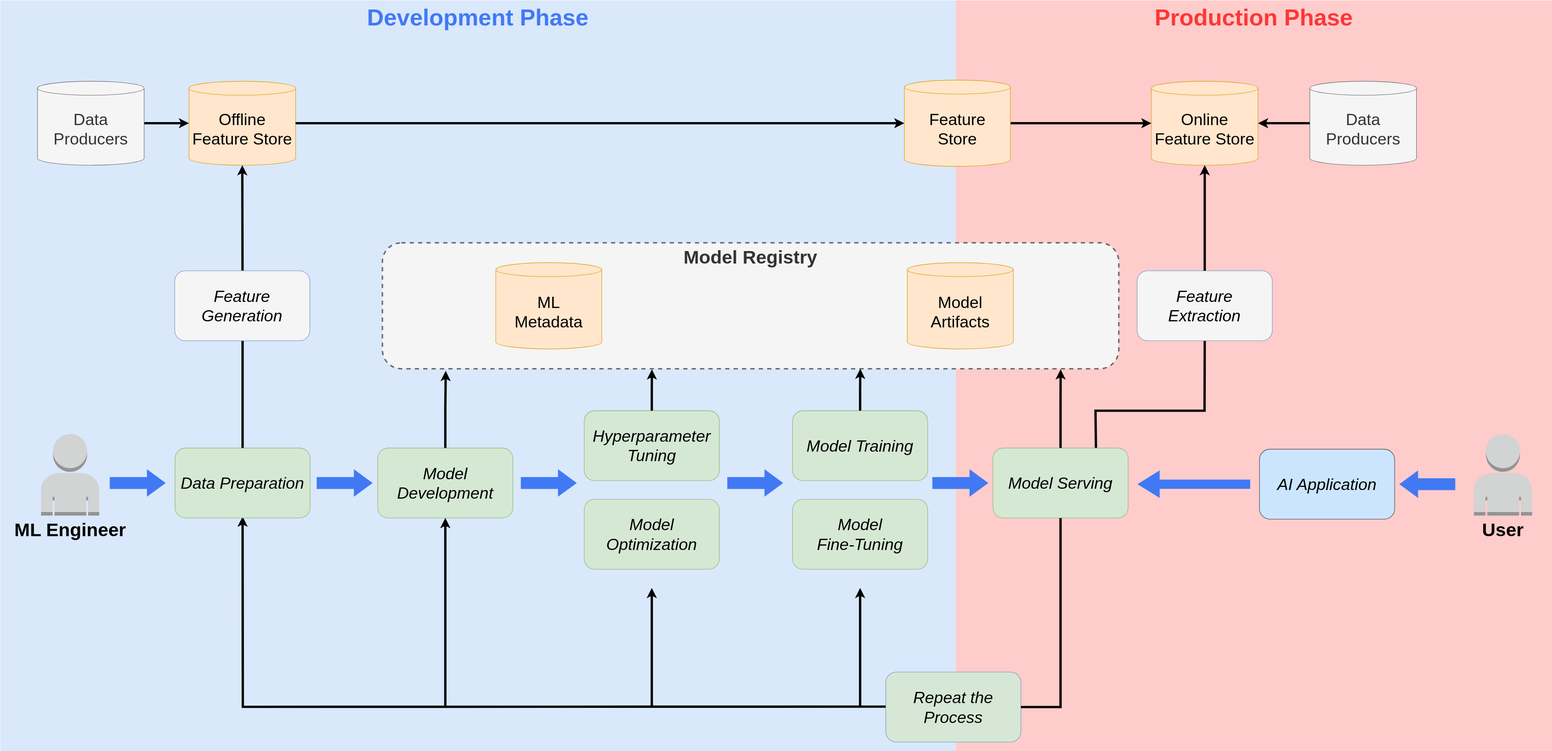
This is content/en/docs/started/images/ml-lifecycle-dev-prod.drawio.svg from kubeflow/website, a draw.io export, as it was before one commit. Source tidied: cells renumbered, new cells last; positions are measured from the earlier drawing's top-left corner, leaving out a move shared by most shapes.
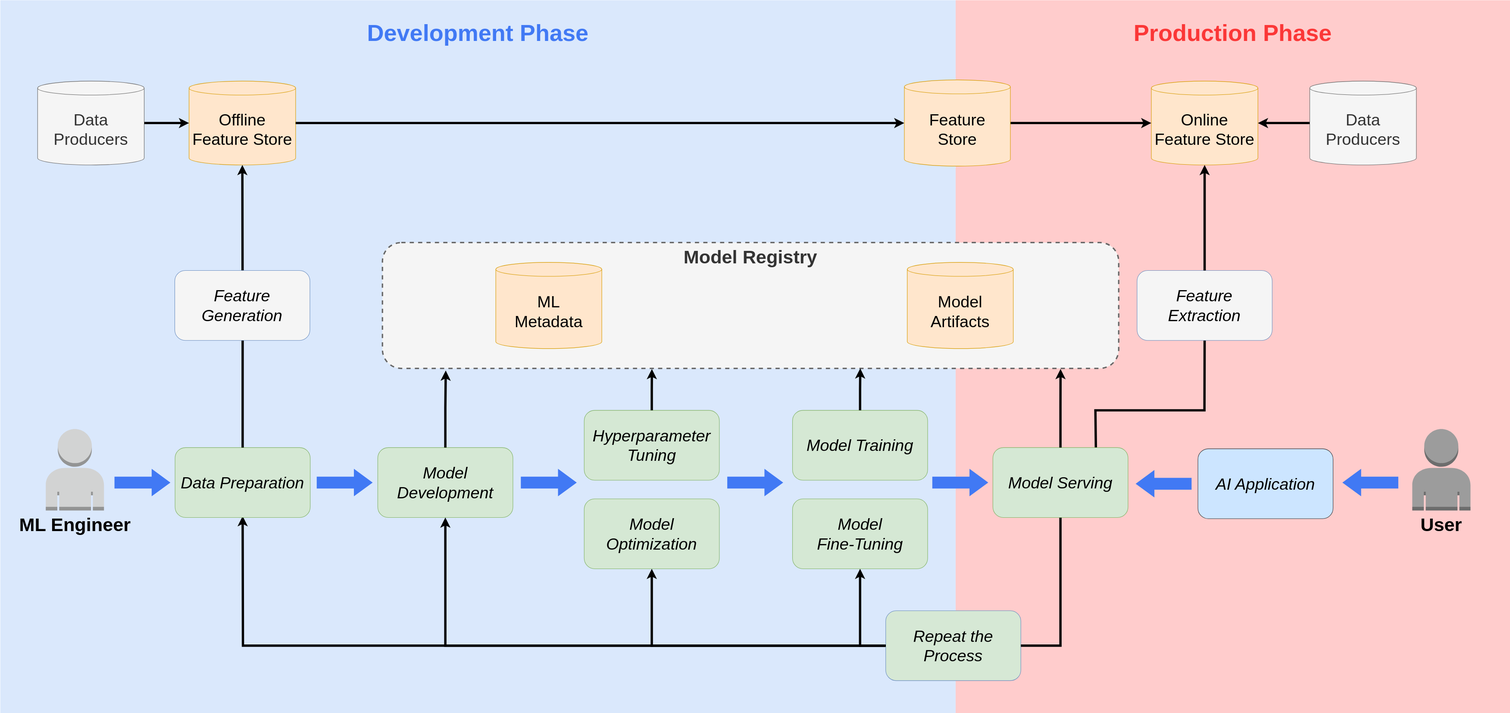
Later version of the same file.

Change to the diagram source:
```diff
@@ -2,14 +2,14 @@
   <root>
     <mxCell id="0" />
     <mxCell id="1" parent="0" />
-    <mxCell id="2" value="Production Phase" style="rounded=1;whiteSpace=wrap;html=1;dashed=1;fillColor=#ffcccc;strokeWidth=5;strokeColor=none;fontSize=50;verticalAlign=top;arcSize=0;fontStyle=1;fontColor=#fb3737;" parent="1" vertex="1">
-      <mxGeometry x="2050" width="1280" height="1610" as="geometry" />
+    <mxCell id="2" style="rounded=1;whiteSpace=wrap;html=1;dashed=1;fillColor=#ffcccc;strokeWidth=5;strokeColor=none;fontSize=50;verticalAlign=top;arcSize=0;fontStyle=1;fontColor=#fb3737;" parent="1" vertex="1">
+      <mxGeometry x="2050" width="1190" height="1530" as="geometry" />
     </mxCell>
-    <mxCell id="3" value="Development Phase" style="rounded=1;whiteSpace=wrap;html=1;dashed=1;fillColor=#dae8fc;strokeWidth=5;strokeColor=none;fontSize=50;verticalAlign=top;arcSize=0;fontStyle=1;fontColor=#4179f4;" parent="1" vertex="1">
-      <mxGeometry width="2050" height="1610" as="geometry" />
+    <mxCell id="3" style="rounded=1;whiteSpace=wrap;html=1;dashed=1;fillColor=#dae8fc;strokeWidth=5;strokeColor=none;fontSize=50;verticalAlign=top;arcSize=0;fontStyle=1;fontColor=#4179f4;" parent="1" vertex="1">
+      <mxGeometry width="2050" height="1530" as="geometry" />
     </mxCell>
     <mxCell id="4" style="group;" parent="1" vertex="1">
-      <mxGeometry x="40" y="930.1" width="240" height="234.9" as="geometry" />
+      <mxGeometry x="50" y="920.1" width="240" height="234.9" as="geometry" />
     </mxCell>
     <mxCell id="5" style="dashed=0;verticalLabelPosition=bottom;verticalAlign=top;align=center;html=1;shape=mxgraph.aws3.user;fillColor=#D2D3D3;gradientColor=none;" parent="4" vertex="1">
       <mxGeometry x="47.5" width="124.9" height="174.9" as="geometry" />
@@ -17,14 +17,13 @@
     <mxCell id="6" value="&lt;b&gt;&lt;font style=&quot;font-size: 40px;&quot;&gt;ML Engineer&lt;/font&gt;&lt;/b&gt;" style="text;html=1;align=center;verticalAlign=middle;strokeColor=none;fillColor=none;fontSize=35;" parent="4" vertex="1">
       <mxGeometry x="-20" y="174.9" width="260" height="60" as="geometry" />
     </mxCell>
-    <mxCell id="7" style="edgeStyle=orthogonalEdgeStyle;rounded=0;orthogonalLoop=1;jettySize=auto;html=1;entryX=0.5;entryY=1;entryDx=0;entryDy=0;strokeWidth=5;" parent="1" edge="1">
+    <mxCell id="7" style="edgeStyle=orthogonalEdgeStyle;rounded=0;jettySize=auto;html=1;entryX=0.5;entryY=1;entryDx=0;entryDy=0;strokeWidth=5;exitX=0;exitY=0.5;exitDx=0;exitDy=0;" parent="1" edge="1" source="8">
       <mxGeometry relative="1" as="geometry">
-        <mxPoint x="2090" y="1514.5" as="sourcePoint" />
         <mxPoint x="520" y="1107" as="targetPoint" />
       </mxGeometry>
     </mxCell>
     <mxCell id="8" value="&lt;div&gt;Repeat the Process&lt;/div&gt;" style="rounded=1;whiteSpace=wrap;html=1;fillColor=#d6e8d5;strokeColor=#6c8ebf;fontSize=35;fontStyle=2;" parent="1" vertex="1">
-      <mxGeometry x="1900" y="1440.5" width="290" height="150" as="geometry" />
+      <mxGeometry x="1900" y="1310" width="290" height="150" as="geometry" />
     </mxCell>
     <mxCell id="9" value="&lt;div&gt;Data Preparation&lt;/div&gt;" style="rounded=1;whiteSpace=wrap;html=1;fillColor=#d5e8d4;strokeColor=#82b366;fontSize=35;fontStyle=2;" parent="1" vertex="1">
       <mxGeometry x="375" y="960" width="290" height="150" as="geometry" />
@@ -36,7 +35,7 @@
       <mxGeometry x="679" y="1005.5" width="120" height="59" as="geometry" />
     </mxCell>
     <mxCell id="12" style="shape=singleArrow;whiteSpace=wrap;html=1;arrowWidth=0.4307692307692277;arrowSize=0.3352071005917159;fillColor=#4179f4;strokeColor=none;" parent="1" vertex="1">
-      <mxGeometry x="235" y="1005.5" width="120" height="59" as="geometry" />
+      <mxGeometry x="245" y="1005.5" width="120" height="59" as="geometry" />
     </mxCell>
     <mxCell id="13" value="Offline Feature Store" style="shape=cylinder3;whiteSpace=wrap;html=1;boundedLbl=1;backgroundOutline=1;size=15;fillColor=#ffe6cc;strokeColor=#d79b00;fontSize=35;" parent="1" vertex="1">
       <mxGeometry x="405" y="173.5" width="228.8" height="180" as="geometry" />
@@ -53,24 +52,28 @@
     <mxCell id="17" value="Data Producers" style="shape=cylinder3;whiteSpace=wrap;html=1;boundedLbl=1;backgroundOutline=1;size=15;fontSize=35;fillColor=#f5f5f5;fontColor=#333333;strokeColor=#666666;" parent="1" vertex="1">
       <mxGeometry x="2810" y="173.5" width="228.8" height="180" as="geometry" />
     </mxCell>
-    <mxCell id="18" style="edgeStyle=none;jettySize=auto;html=1;rounded=0;entryX=0.5;entryY=1;entryDx=0;entryDy=0;strokeWidth=5;" parent="1" edge="1" target="10">
+    <mxCell id="18" style="edgeStyle=none;jettySize=auto;html=1;rounded=0;entryX=0.5;entryY=1;entryDx=0;entryDy=0;strokeWidth=5;exitX=0;exitY=0.5;exitDx=0;exitDy=0;" parent="1" edge="1" source="8" target="10">
       <mxGeometry relative="1" as="geometry">
-        <mxPoint x="955" y="1513" as="sourcePoint" />
+        <Array as="points">
+          <mxPoint x="955" y="1385" />
+        </Array>
       </mxGeometry>
     </mxCell>
     <mxCell id="19" style="shape=singleArrow;whiteSpace=wrap;html=1;arrowWidth=0.4307692307692277;arrowSize=0.3352071005917159;fillColor=#4179f4;strokeColor=none;" parent="1" vertex="1">
       <mxGeometry x="1117" y="1005.5" width="120" height="59" as="geometry" />
     </mxCell>
-    <mxCell id="20" style="edgeStyle=none;orthogonalLoop=1;jettySize=auto;html=1;rounded=0;entryX=0.5;entryY=1;entryDx=0;entryDy=0;strokeWidth=5;" parent="1" edge="1">
+    <mxCell id="20" style="edgeStyle=none;jettySize=auto;html=1;rounded=0;entryX=0.5;entryY=1;entryDx=0;entryDy=0;strokeWidth=5;exitX=0;exitY=0.5;exitDx=0;exitDy=0;" parent="1" edge="1" source="8" target="24">
       <mxGeometry relative="1" as="geometry">
-        <mxPoint x="1398" y="1513" as="sourcePoint" />
-        <mxPoint x="1398" y="1260" as="targetPoint" />
+        <Array as="points">
+          <mxPoint x="1398" y="1385" />
+        </Array>
       </mxGeometry>
     </mxCell>
-    <mxCell id="21" style="edgeStyle=none;orthogonalLoop=1;jettySize=auto;html=1;rounded=0;entryX=0.5;entryY=1;entryDx=0;entryDy=0;strokeWidth=5;" parent="1" edge="1">
+    <mxCell id="21" style="edgeStyle=none;jettySize=auto;html=1;rounded=0;entryX=0.5;entryY=1;entryDx=0;entryDy=0;strokeWidth=5;exitX=0;exitY=0.5;exitDx=0;exitDy=0;" parent="1" edge="1" source="8" target="26">
       <mxGeometry relative="1" as="geometry">
-        <mxPoint x="1845" y="1513" as="sourcePoint" />
-        <mxPoint x="1845" y="1260" as="targetPoint" />
+        <Array as="points">
+          <mxPoint x="1845" y="1385" />
+        </Array>
       </mxGeometry>
     </mxCell>
     <mxCell id="22" style="edgeStyle=orthogonalEdgeStyle;rounded=0;jettySize=auto;html=1;entryX=1;entryY=0.5;entryDx=0;entryDy=0;strokeWidth=5;endArrow=none;endFill=0;exitX=0.5;exitY=1;exitDx=0;exitDy=0;" parent="1" edge="1" source="28" target="8">
@@ -141,15 +144,9 @@
     <mxCell id="42" style="edgeStyle=orthogonalEdgeStyle;rounded=0;jettySize=auto;html=1;entryX=0.921;entryY=1.005;entryDx=0;entryDy=0;entryPerimeter=0;strokeWidth=5;" parent="1" edge="1" source="28" target="36">
       <mxGeometry relative="1" as="geometry" />
     </mxCell>
-    <mxCell id="43" style="shape=singleArrow;whiteSpace=wrap;html=1;arrowWidth=0.33506591337099656;arrowSize=0.1970348324515004;fillColor=#4179f4;strokeColor=none;direction=west;" parent="1" vertex="1">
-      <mxGeometry x="2440" y="1008.1" width="241.9" height="59" as="geometry" />
-    </mxCell>
     <mxCell id="44" value="AI Application" style="rounded=1;whiteSpace=wrap;html=1;fillColor=#cce5ff;strokeColor=#36393d;fontSize=35;fontStyle=2;" parent="1" vertex="1">
-      <mxGeometry x="2701.9" y="962.6" width="290" height="150" as="geometry" />
+      <mxGeometry x="2570" y="962.6" width="290" height="150" as="geometry" />
     </mxCell>
-    <mxCell id="45" style="shape=singleArrow;whiteSpace=wrap;html=1;arrowWidth=0.4307692307692277;arrowSize=0.3352071005917159;fillColor=#4179f4;strokeColor=none;direction=west;" parent="1" vertex="1">
-      <mxGeometry x="3001.9" y="1008.1" width="120" height="59" as="geometry" />
-    </mxCell>
     <mxCell id="46" value="Feature &lt;br&gt;Store" style="shape=cylinder3;whiteSpace=wrap;html=1;boundedLbl=1;backgroundOutline=1;size=15;fillColor=#ffe6cc;strokeColor=#d79b00;fontSize=35;" parent="1" vertex="1">
       <mxGeometry x="1940" y="171" width="227.5" height="185" as="geometry" />
     </mxCell>
@@ -160,13 +157,25 @@
       <mxGeometry relative="1" as="geometry" />
     </mxCell>
     <mxCell id="49" style="group;" parent="1" vertex="1">
-      <mxGeometry x="3161.9" y="930.1" width="124.9" height="234.9" as="geometry" />
+      <mxGeometry x="3030" y="920.1" width="124.9" height="234.9" as="geometry" />
     </mxCell>
-    <mxCell id="50" style="dashed=0;verticalLabelPosition=bottom;verticalAlign=top;align=center;html=1;shape=mxgraph.aws3.user;fillColor=#D2D3D3;gradientColor=none;" parent="49" vertex="1">
+    <mxCell id="50" style="dashed=0;verticalLabelPosition=bottom;verticalAlign=top;align=center;html=1;shape=mxgraph.aws3.user;fillColor=light-dark(#9c9c9c, #373838);gradientColor=none;" parent="49" vertex="1">
       <mxGeometry width="124.9" height="174.9" as="geometry" />
     </mxCell>
     <mxCell id="51" value="&lt;b&gt;&lt;font style=&quot;font-size: 40px;&quot;&gt;User&lt;/font&gt;&lt;/b&gt;" style="text;html=1;align=center;verticalAlign=middle;strokeColor=none;fillColor=none;fontSize=35;" parent="49" vertex="1">
       <mxGeometry x="7.5" y="174.9" width="110" height="60" as="geometry" />
     </mxCell>
+    <mxCell id="52" value="&lt;span style=&quot;color: rgb(65, 121, 244); font-size: 50px; font-weight: 700;&quot;&gt;Development Phase&lt;/span&gt;" style="rounded=0;whiteSpace=wrap;html=1;fillColor=none;strokeColor=none;" parent="1" vertex="1">
+      <mxGeometry x="680" y="30" width="690" height="80" as="geometry" />
+    </mxCell>
+    <mxCell id="53" value="&lt;span style=&quot;color: rgb(251, 55, 55); font-size: 50px; font-weight: 700;&quot;&gt;Production Phase&lt;/span&gt;" style="rounded=0;whiteSpace=wrap;html=1;fillColor=none;strokeColor=none;" parent="1" vertex="1">
+      <mxGeometry x="2300" y="30" width="690" height="80" as="geometry" />
+    </mxCell>
+    <mxCell id="54" style="shape=singleArrow;whiteSpace=wrap;html=1;arrowWidth=0.4307692307692277;arrowSize=0.3352071005917159;fillColor=#4179f4;strokeColor=none;rotation=-180;" parent="1" vertex="1">
+      <mxGeometry x="2436.4" y="1008.1" width="120" height="59" as="geometry" />
+    </mxCell>
+    <mxCell id="55" style="shape=singleArrow;whiteSpace=wrap;html=1;arrowWidth=0.4307692307692277;arrowSize=0.3352071005917159;fillColor=#4179f4;strokeColor=none;rotation=-180;" parent="1" vertex="1">
+      <mxGeometry x="2880" y="1005.5" width="120" height="59" as="geometry" />
+    </mxCell>
   </root>
 </mxGraphModel>
```
